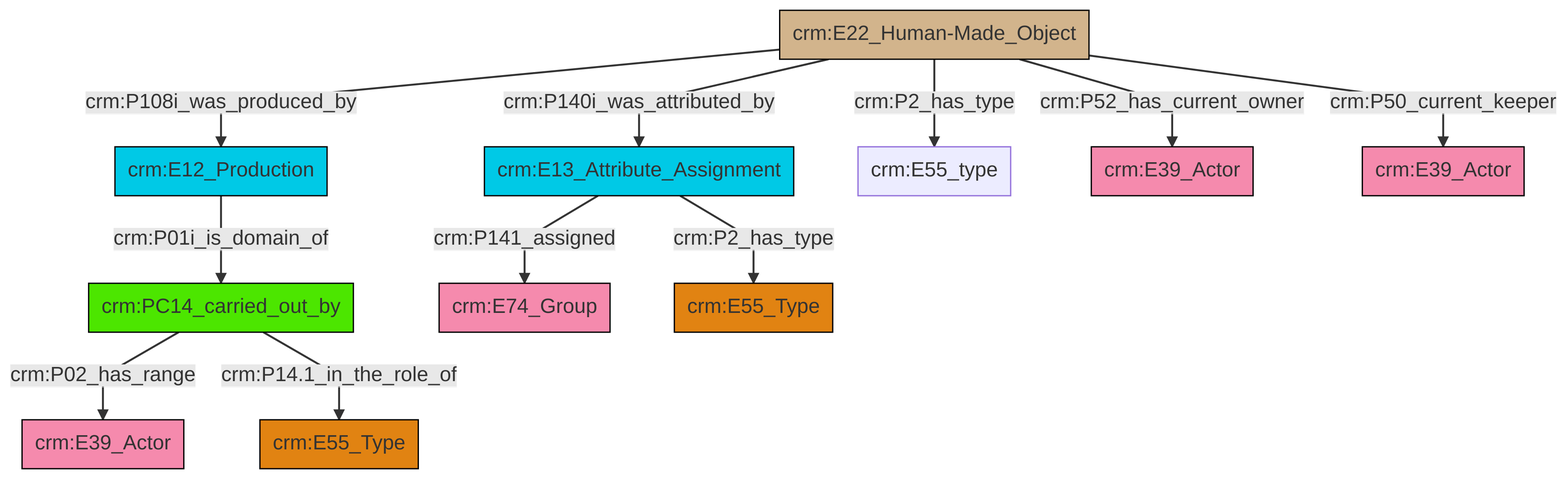
The Mermaid diagram et/artworkCSV/ttl/mmd/png/Artwork_Actor_Relations.png in swiss-art-research-net/reference-data-models, before a commit. Its source is kept beside it as et/artworkCSV/ttl/mmd/Artwork_Actor_Relations.ttl.mmd.
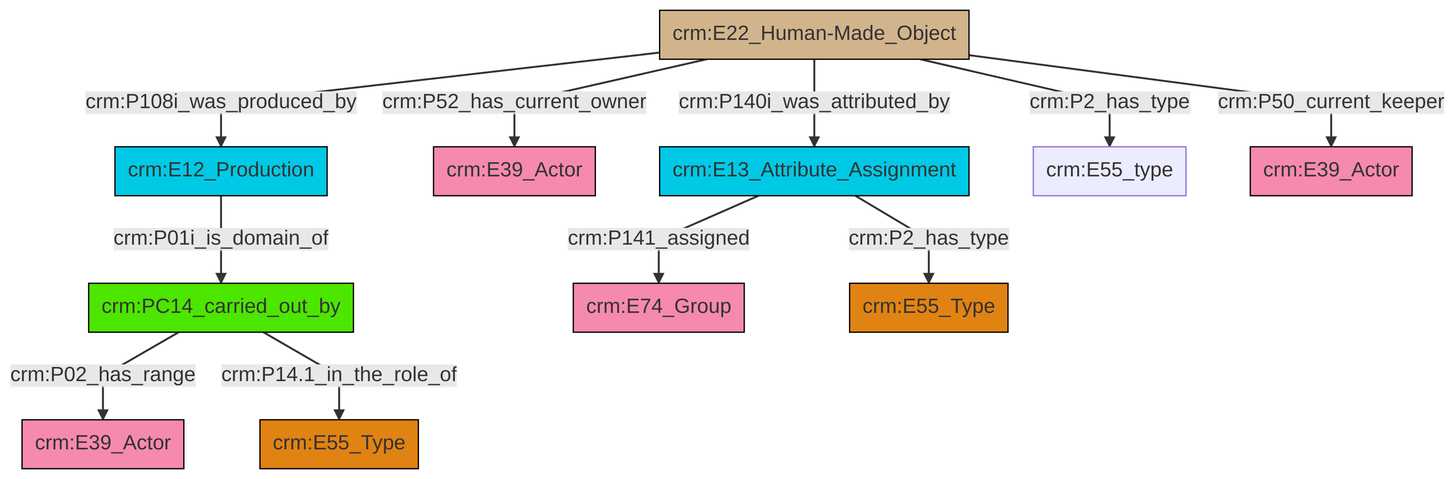
After the commit.

What changed in the source:
```diff
@@ -13,13 +13,13 @@
 classDef PC_Classes fill:#4ce600, stroke:#000000;
 classDef Multi fill:#cccccc,stroke:#000000;
 
-0["crm:E12_Production"]:::Temporal_Entity -->|crm:P01i_is_domain_of| 1["crm:PC14_carried_out_by"]:::PC_Classes
-2["crm:E13_Attribute_Assignment"]:::Temporal_Entity -->|crm:P141_assigned| 3["crm:E74_Group"]:::Actor
-5["crm:E22_Human-Made_Object"]:::Physical_Thing -->|crm:P2_has_type| 6["crm:E55_type"]:::Default
-5["crm:E22_Human-Made_Object"]:::Physical_Thing -->|crm:P52_has_current_owner| 7["crm:E39_Actor"]:::Actor
-1["crm:PC14_carried_out_by"]:::PC_Classes -->|crm:P02_has_range| 13["crm:E39_Actor"]:::Actor
-5["crm:E22_Human-Made_Object"]:::Physical_Thing -->|crm:P50_current_keeper| 10["crm:E39_Actor"]:::Actor
-1["crm:PC14_carried_out_by"]:::PC_Classes -->|crm:P14.1_in_the_role_of| 18["crm:E55_Type"]:::Type
-2["crm:E13_Attribute_Assignment"]:::Temporal_Entity -->|crm:P2_has_type| 14["crm:E55_Type"]:::Type
-5["crm:E22_Human-Made_Object"]:::Physical_Thing -->|crm:P140i_was_attributed_by| 2["crm:E13_Attribute_Assignment"]:::Temporal_Entity
-5["crm:E22_Human-Made_Object"]:::Physical_Thing -->|crm:P108i_was_produced_by| 0["crm:E12_Production"]:::Temporal_Entity
+0["crm:E22_Human-Made_Object"]:::Physical_Thing -->|crm:P140i_was_attributed_by| 1["crm:E13_Attribute_Assignment"]:::Temporal_Entity
+0["crm:E22_Human-Made_Object"]:::Physical_Thing -->|crm:P2_has_type| 10["crm:E55_type"]:::Default
+8["crm:E12_Production"]:::Temporal_Entity -->|crm:P01i_is_domain_of| 2["crm:PC14_carried_out_by"]:::PC_Classes
+2["crm:PC14_carried_out_by"]:::PC_Classes -->|crm:P02_has_range| 4["crm:E39_Actor"]:::Actor
+0["crm:E22_Human-Made_Object"]:::Physical_Thing -->|crm:P50_current_keeper| 20["crm:E39_Actor"]:::Actor
+0["crm:E22_Human-Made_Object"]:::Physical_Thing -->|crm:P108i_was_produced_by| 8["crm:E12_Production"]:::Temporal_Entity
+1["crm:E13_Attribute_Assignment"]:::Temporal_Entity -->|crm:P2_has_type| 18["crm:E55_Type"]:::Type
+2["crm:PC14_carried_out_by"]:::PC_Classes -->|crm:P14.1_in_the_role_of| 12["crm:E55_Type"]:::Type
+1["crm:E13_Attribute_Assignment"]:::Temporal_Entity -->|crm:P141_assigned| 16["crm:E74_Group"]:::Actor
+0["crm:E22_Human-Made_Object"]:::Physical_Thing -->|crm:P52_has_current_owner| 6["crm:E39_Actor"]:::Actor
```
